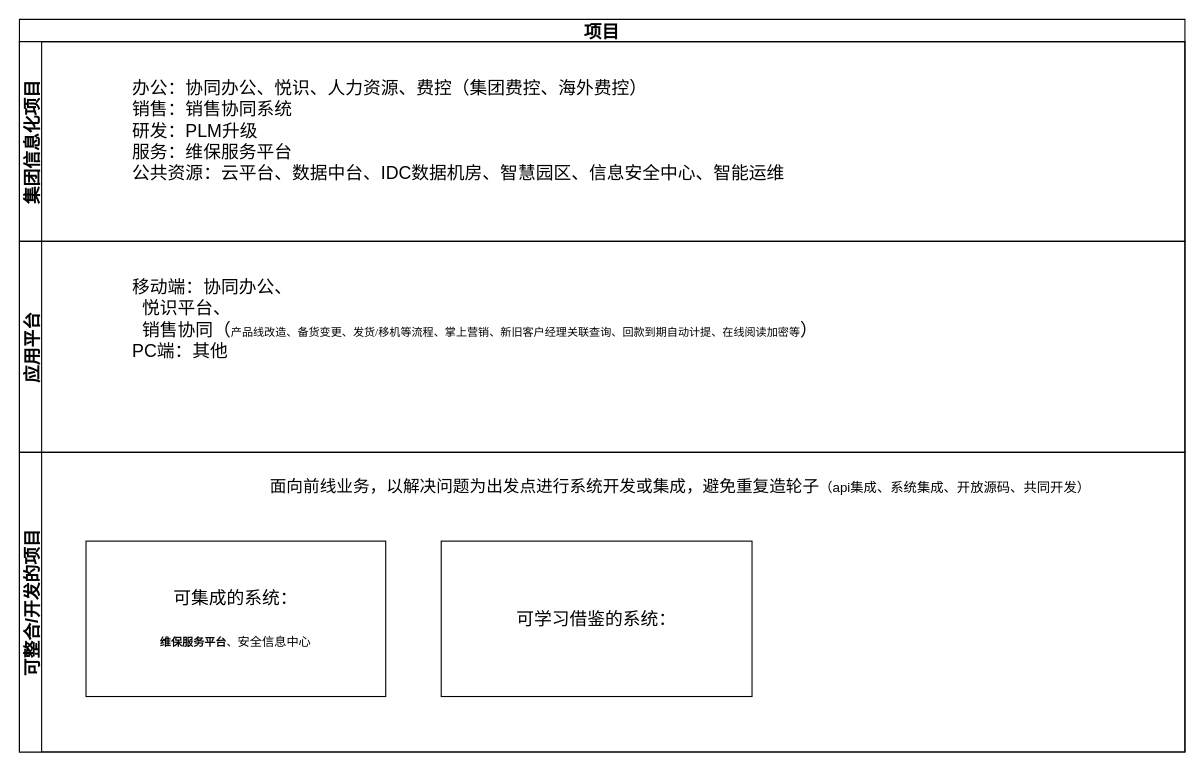
The draw.io diagram page "项目总览" (1 of 3) of Untitled Diagram.drawio in zcbin88/diagrams, before the edit. Source tidied: cells renumbered, new cells numbered last; positions are measured from the earlier drawing's top-left corner, leaving out a move shared by most shapes. Both pictures are drawn from the tidied source at 111%, with x=0, y=0 at pixel (19, 19).
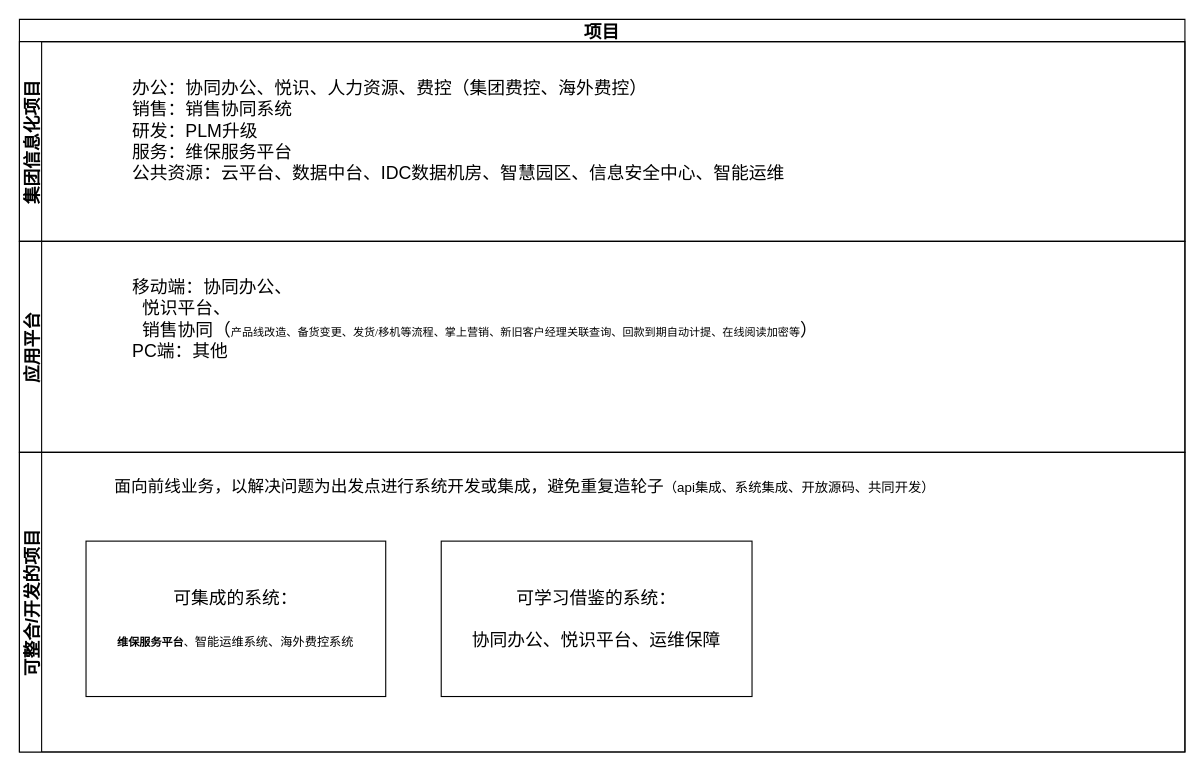
The same diagram, later.

Change to the diagram source:
```diff
@@
 <mxGraphModel>
   <root>
     <mxCell id="0" />
     <mxCell id="1" parent="0" />
     <mxCell id="2" value="项目" style="swimlane;horizontal=1;startSize=20;fontSize=16;" parent="1" vertex="1">
       <mxGeometry width="1050" height="660" as="geometry" />
     </mxCell>
     <mxCell id="3" value="集团信息化项目" style="swimlane;startSize=20;horizontal=0;fontSize=16;" parent="2" vertex="1">
       <mxGeometry y="20" width="1050" height="180" as="geometry" />
     </mxCell>
     <mxCell id="4" value="&lt;span&gt;办公：协同办公、悦识、人力资源、费控（集团费控、海外费控）&lt;br&gt;销售：销售协同系统&lt;br&gt;研发：PLM升级&lt;br&gt;服务：维保服务平台&lt;br&gt;公共资源：云平台、数据中台、IDC数据机房、智慧园区、信息安全中心、智能运维&lt;/span&gt;" style="text;html=1;align=left;verticalAlign=middle;strokeColor=none;fillColor=none;fontSize=16;" parent="3" vertex="1">
       <mxGeometry x="100" y="30" width="600" height="100" as="geometry" />
     </mxCell>
     <mxCell id="5" value="应用平台" style="swimlane;startSize=20;horizontal=0;fontSize=16;" parent="2" vertex="1">
       <mxGeometry y="200" width="1050" height="190" as="geometry" />
     </mxCell>
     <mxCell id="6" value="移动端：协同办公、&lt;br&gt;&lt;span style=&quot;white-space: pre&quot;&gt; &lt;/span&gt;&lt;span style=&quot;white-space: pre&quot;&gt; &lt;/span&gt;悦识平台、&lt;br&gt;&lt;span style=&quot;white-space: pre&quot;&gt; &lt;/span&gt;&lt;span style=&quot;white-space: pre&quot;&gt; &lt;/span&gt;销售协同（&lt;span class=&quot;s1&quot; style=&quot;font-family: &amp;#34;songti sc&amp;#34; ; font-size: 10px&quot;&gt;产品线改造、备货变更、发货&lt;/span&gt;&lt;span class=&quot;s2&quot; style=&quot;font-size: 10px ; font-stretch: normal ; line-height: normal ; font-family: &amp;#34;times&amp;#34;&quot;&gt;/&lt;/span&gt;&lt;span class=&quot;s1&quot; style=&quot;font-family: &amp;#34;songti sc&amp;#34; ; font-size: 10px&quot;&gt;移机等流程、掌上营销、新旧客户经理关联查询、回款到期自动计提、在线阅读加密等&lt;/span&gt;&lt;span&gt;）&lt;/span&gt;&lt;br&gt;PC端：其他" style="text;html=1;align=left;verticalAlign=middle;strokeColor=none;fillColor=none;fontSize=16;" parent="5" vertex="1">
       <mxGeometry x="100" y="30" width="800" height="80" as="geometry" />
     </mxCell>
     <mxCell id="7" value="可整合/开发的项目" style="swimlane;startSize=20;horizontal=0;fontSize=16;" parent="2" vertex="1">
       <mxGeometry y="390" width="1050" height="270" as="geometry" />
     </mxCell>
-    <mxCell id="8" value="可集成的系统：&lt;br&gt;&lt;br&gt;&lt;div style=&quot;text-align: left&quot;&gt;&lt;span style=&quot;font-family: &amp;#34;songti sc&amp;#34; ; font-size: 10px ; text-align: center&quot;&gt;&lt;b&gt;维保服务平台&lt;/b&gt;、&lt;/span&gt;&lt;font style=&quot;font-size: 11px&quot;&gt;安全信息中心&lt;/font&gt;&lt;/div&gt;" style="whiteSpace=wrap;html=1;fontSize=16;" parent="7" vertex="1">
+    <mxCell id="8" value="可集成的系统：&lt;br&gt;&lt;br&gt;&lt;div style=&quot;text-align: left&quot;&gt;&lt;span style=&quot;font-family: &amp;#34;songti sc&amp;#34; ; font-size: 10px ; text-align: center&quot;&gt;&lt;b&gt;维保服务平台&lt;/b&gt;、&lt;/span&gt;&lt;font style=&quot;font-size: 11px&quot;&gt;智能运维系统、海外费控系统&lt;/font&gt;&lt;/div&gt;" style="whiteSpace=wrap;html=1;fontSize=16;" parent="7" vertex="1">
       <mxGeometry x="60" y="80" width="270" height="140" as="geometry" />
     </mxCell>
-    <mxCell id="9" value="可学习借鉴的系统：&lt;br&gt;" style="whiteSpace=wrap;html=1;fontSize=16;" parent="7" vertex="1">
+    <mxCell id="9" value="可学习借鉴的系统：&lt;br&gt;&lt;br&gt;协同办公、悦识平台、运维保障" style="whiteSpace=wrap;html=1;fontSize=16;" parent="7" vertex="1">
       <mxGeometry x="380" y="80" width="280" height="140" as="geometry" />
     </mxCell>
     <mxCell id="10" value="&lt;font style=&quot;font-size: 15px&quot;&gt;面向前线业务，以解决问题为出发点进行系统开发或集成，避免重复造轮子&lt;/font&gt;&lt;font style=&quot;font-size: 12px&quot;&gt;（api集成、系统集成、开放源码、共同开发）&lt;/font&gt;" style="text;html=1;align=center;verticalAlign=middle;strokeColor=none;fillColor=none;fontSize=11;" parent="7" vertex="1">
-      <mxGeometry x="220" y="20" width="750" height="20" as="geometry" />
+      <mxGeometry x="80" y="20" width="750" height="20" as="geometry" />
     </mxCell>
   </root>
 </mxGraphModel>
```
